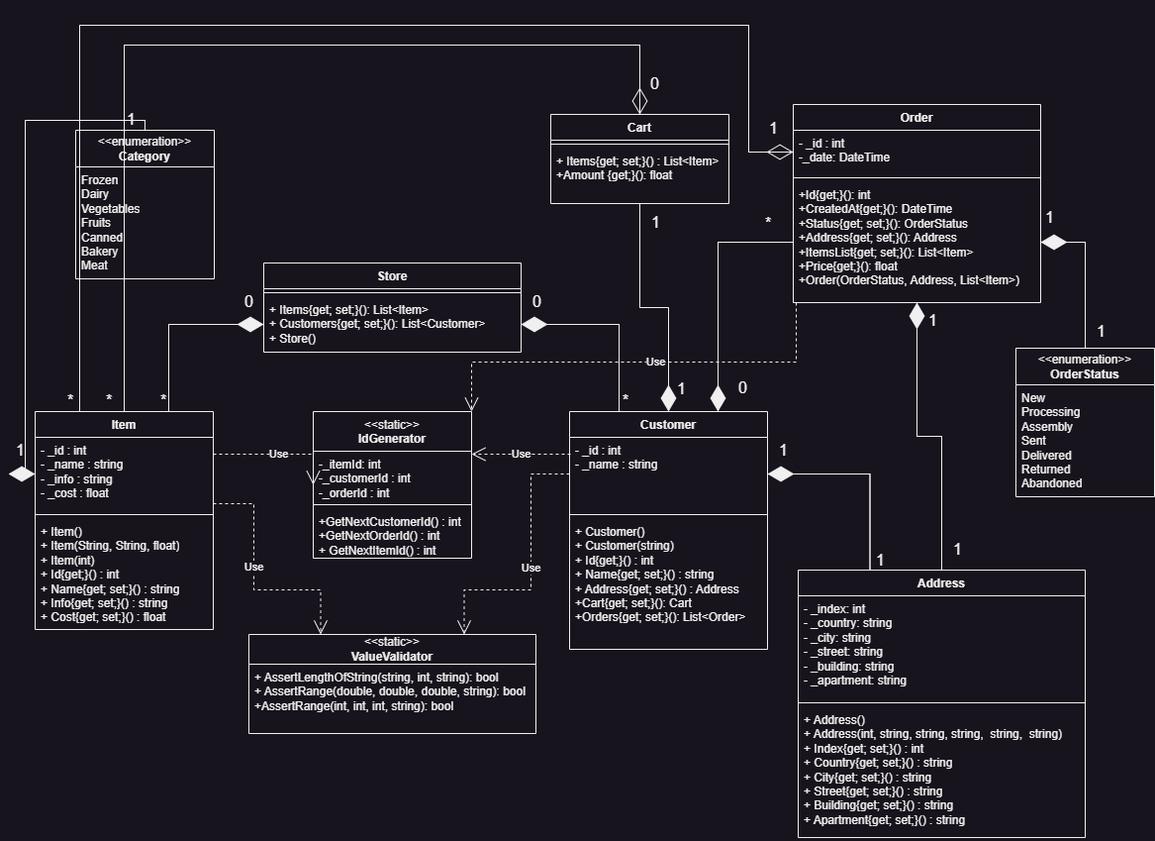
Before: docs/UML.png, a diagram exported from draw.io (MonkEHlam/TusurProgramming). Source tidied: cells renumbered, new cells last; positions are measured from the earlier drawing's top-left corner, leaving out a move shared by most shapes.
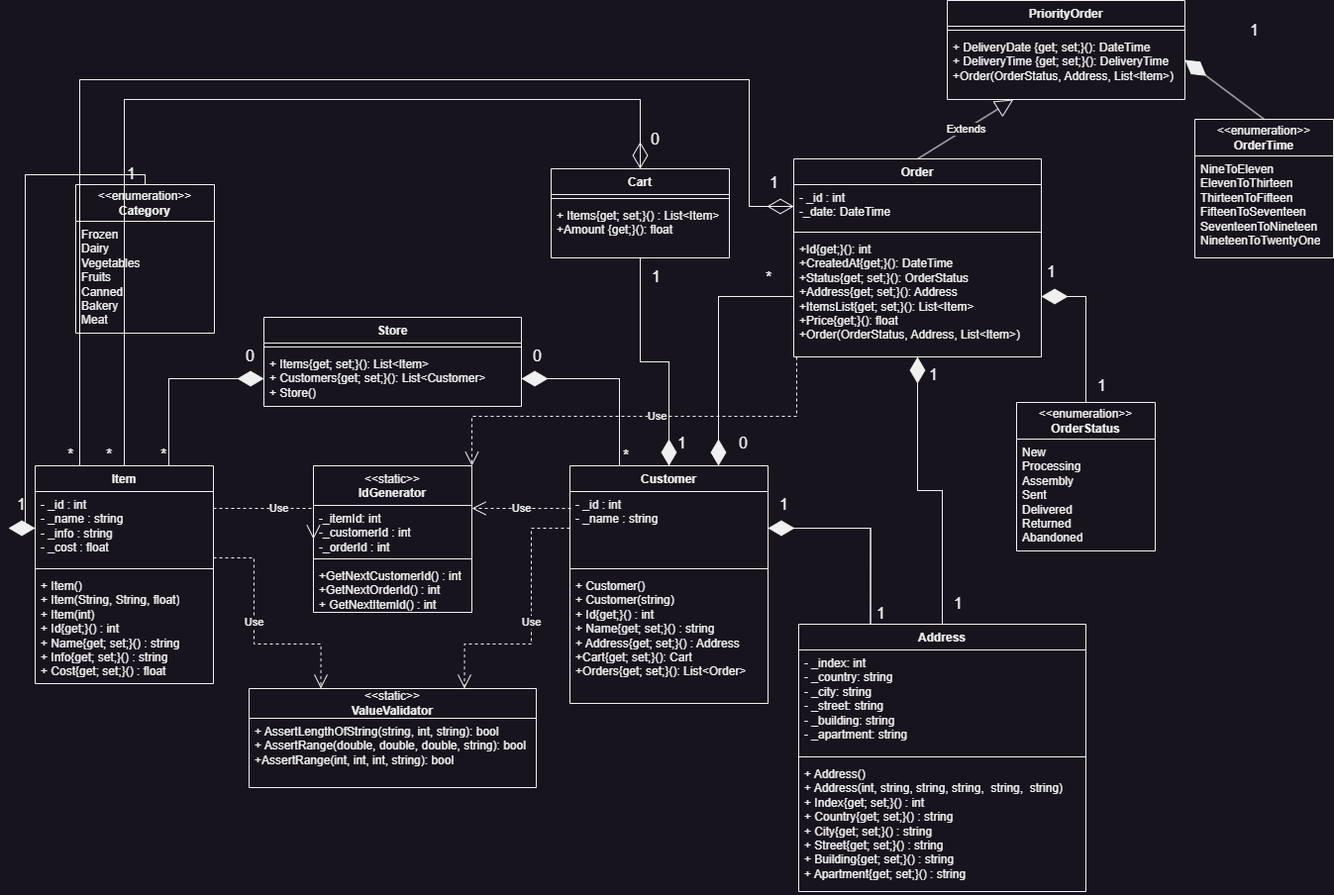
The same diagram one commit later.

What changed in the source:
```diff
@@ -322,5 +322,31 @@
     <mxCell id="78" style="endArrow=diamondThin;endFill=1;endSize=24;html=1;rounded=0;entryX=1;entryY=0.5;entryDx=0;entryDy=0;edgeStyle=orthogonalEdgeStyle;exitX=0.5;exitY=0;exitDx=0;exitDy=0;" parent="1" edge="1" source="45" target="53">
       <mxGeometry relative="1" as="geometry" />
     </mxCell>
+    <mxCell id="79" value="PriorityOrder" style="swimlane;fontStyle=1;align=center;verticalAlign=top;horizontal=1;startSize=26;whiteSpace=wrap;html=1;" parent="1" vertex="1">
+      <mxGeometry x="921" y="-80" width="240" height="100" as="geometry" />
+    </mxCell>
+    <mxCell id="80" style="line;strokeWidth=1;fillColor=none;align=left;verticalAlign=middle;spacingTop=-1;spacingLeft=3;spacingRight=3;labelPosition=right;strokeColor=inherit;" parent="79" vertex="1">
+      <mxGeometry y="26" width="240" height="8" as="geometry" />
+    </mxCell>
+    <mxCell id="81" value="+ DeliveryDate {get; set;}(): DateTime&lt;br&gt;+ DeliveryTime {get; set;}(): DeliveryTime&lt;br&gt;+Order(OrderStatus, Address, List&amp;lt;Item&amp;gt;)&lt;br&gt;&lt;div&gt;&lt;br&gt;&lt;/div&gt;" style="text;strokeColor=none;fillColor=none;align=left;verticalAlign=top;spacingLeft=4;spacingRight=4;overflow=hidden;points=[[0,0.5],[1,0.5]];portConstraint=eastwest;whiteSpace=wrap;html=1;" parent="79" vertex="1">
+      <mxGeometry y="34" width="240" height="66" as="geometry" />
+    </mxCell>
+    <mxCell id="82" value="Extends" style="endArrow=block;endSize=16;endFill=0;html=1;rounded=0;exitX=0.5;exitY=0;exitDx=0;exitDy=0;" parent="1" edge="1" source="50" target="81">
+      <mxGeometry relative="1" as="geometry" />
+    </mxCell>
+    <mxCell id="83" value="&amp;lt;&amp;lt;enumeration&amp;gt;&amp;gt;&lt;br style=&quot;border-color: var(--border-color); font-weight: 700;&quot;&gt;&lt;b&gt;OrderTime&lt;/b&gt;" style="swimlane;fontStyle=0;horizontal=1;startSize=37;fillColor=none;whiteSpace=wrap;html=1;" parent="1" vertex="1">
+      <mxGeometry x="1171" y="40" width="140" height="140" as="geometry" />
+    </mxCell>
+    <mxCell id="84" value="&lt;div&gt;NineToEleven&lt;/div&gt;&lt;div&gt;ElevenToThirteen&lt;/div&gt;&lt;div&gt;ThirteenToFifteen&lt;/div&gt;&lt;div&gt;FifteenToSeventeen&lt;/div&gt;&lt;div&gt;SeventeenToNineteen&lt;/div&gt;&lt;div&gt;NineteenToTwentyOne&lt;/div&gt;" style="text;strokeColor=none;fillColor=none;align=left;verticalAlign=top;spacingLeft=4;spacingRight=4;overflow=hidden;whiteSpace=wrap;html=1;" parent="83" vertex="1">
+      <mxGeometry y="37" width="140" height="103" as="geometry" />
+    </mxCell>
+    <mxCell id="85" value="1" style="edgeLabel;html=1;align=left;verticalAlign=bottom;fontSize=16;" parent="1" vertex="1">
+      <mxGeometry x="1225" y="-39.5" as="geometry" />
+    </mxCell>
+    <mxCell id="86" style="endArrow=diamondThin;endFill=1;endSize=24;html=1;rounded=0;entryX=1;entryY=0.394;entryDx=0;entryDy=0;entryPerimeter=0;" parent="1" edge="1" target="81">
+      <mxGeometry relative="1" as="geometry">
+        <mxPoint x="1241" y="40" as="sourcePoint" />
+      </mxGeometry>
+    </mxCell>
   </root>
 </mxGraphModel>
```
